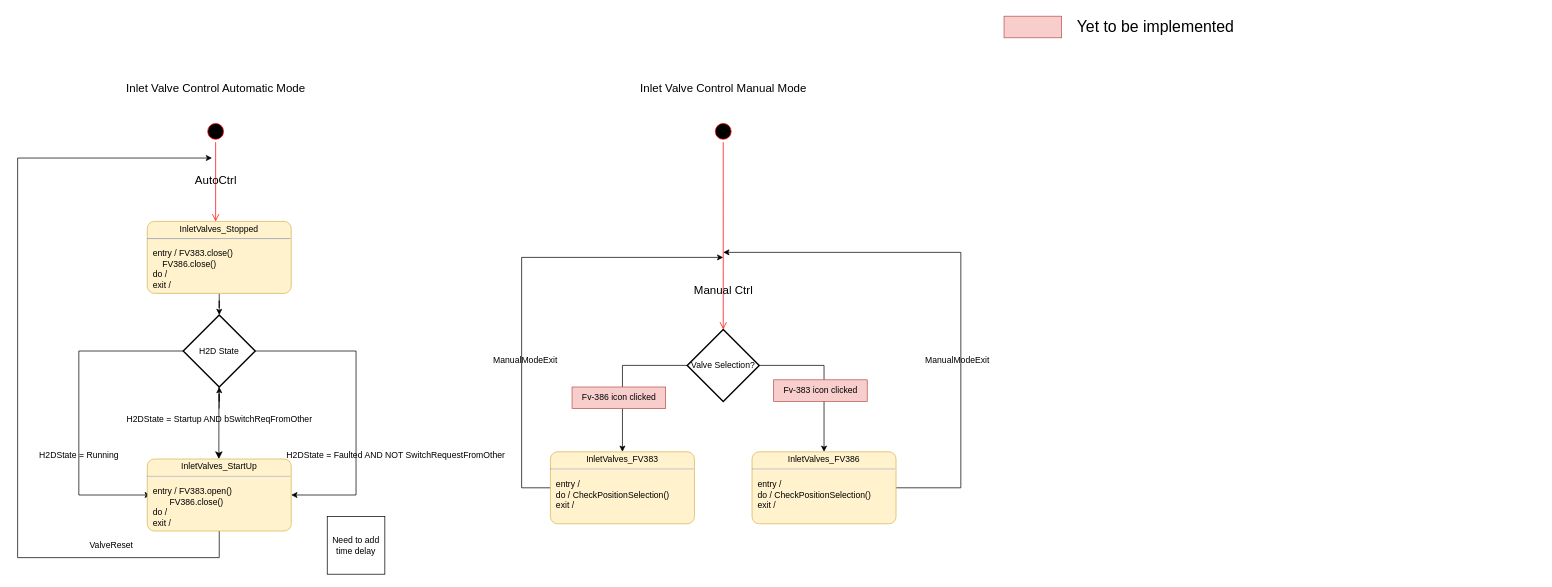
Before: page "InletAirSupplyController" (12 of 12) of H2D Modular.drawio in EdwardsKorea/CommonDrawIO, a draw.io diagram. Source tidied: cells renumbered, new cells numbered last; positions are measured from the earlier drawing's top-left corner, leaving out a move shared by most shapes. Both pictures are drawn from the tidied source at 72%, with x=0, y=0 at pixel (17, 12).
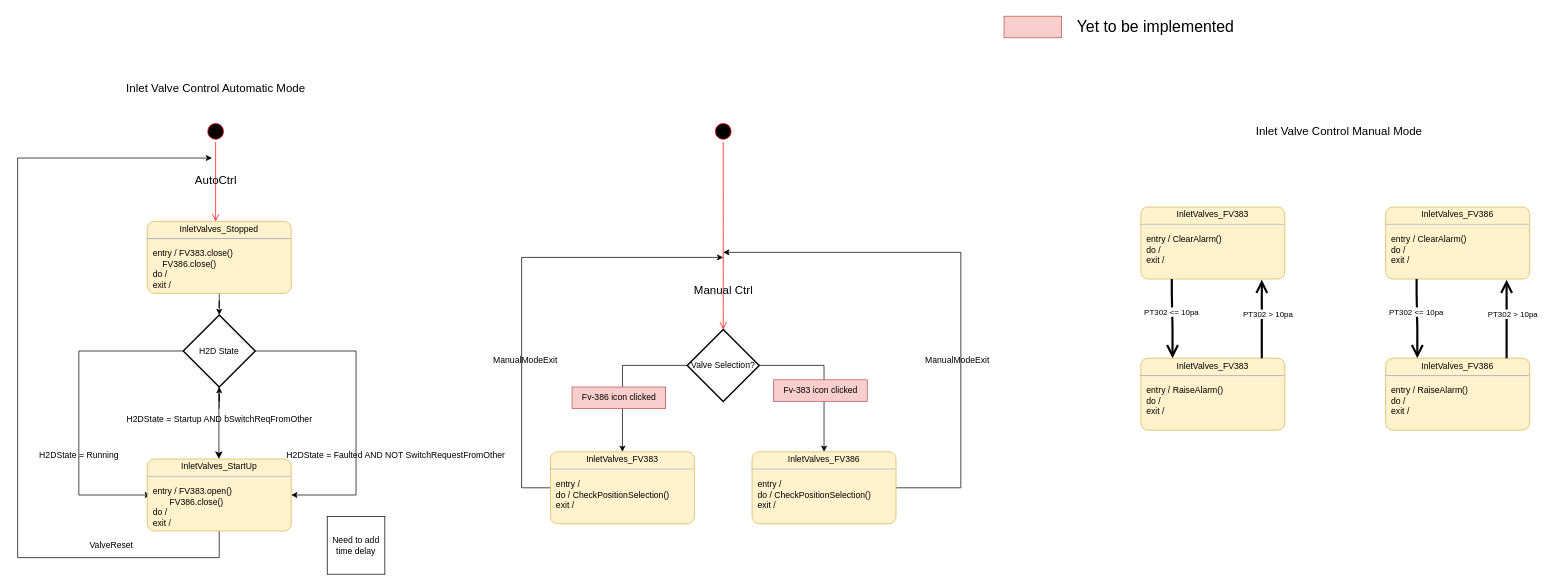
The same diagram, later.

What changed in the source:
```diff
@@
     <mxCell id="32" value="&lt;font style=&quot;font-size: 16px;&quot;&gt;Inlet Valve Control Manual Mode&lt;/font&gt;" style="text;html=1;align=center;verticalAlign=middle;strokeColor=none;fillColor=none;" parent="1" vertex="1">
-      <mxGeometry x="855" y="90" width="250" height="30" as="geometry" />
+      <mxGeometry x="1710" y="150" width="250" height="30" as="geometry" />
     </mxCell>
@@
+    <mxCell id="37" value="&lt;p style=&quot;margin:0px;margin-top:4px;text-align:center;&quot;&gt;InletValves_FV383&lt;/p&gt;&lt;hr&gt;&lt;p&gt;&lt;/p&gt;&lt;p style=&quot;margin:0px;margin-left:8px;text-align:left;&quot;&gt;entry / ClearAlarm()&lt;br&gt;do /&amp;nbsp;&lt;br&gt;exit /&amp;nbsp;&lt;/p&gt;" style="shape=mxgraph.sysml.simpleState;html=1;overflow=fill;whiteSpace=wrap;align=center;fillColor=#fff2cc;strokeColor=#d6b656;" parent="1" vertex="1">
+      <mxGeometry x="1560" y="270" width="200" height="100" as="geometry" />
+    </mxCell>
+    <mxCell id="38" value="PT302 &amp;lt;= 10pa&amp;nbsp;" style="edgeStyle=none;html=1;endArrow=open;endSize=12;strokeWidth=3;verticalAlign=bottom;rounded=0;entryX=0.2;entryY=0.1;entryDx=0;entryDy=0;entryPerimeter=0;" parent="1" edge="1">
+      <mxGeometry relative="1" as="geometry">
+        <mxPoint x="1603" y="370" as="sourcePoint" />
+        <mxPoint x="1604" y="480" as="targetPoint" />
+        <Array as="points">
+          <mxPoint x="1603" y="390" />
+          <mxPoint x="1604" y="440" />
+        </Array>
+      </mxGeometry>
+    </mxCell>
+    <mxCell id="39" value="&lt;p style=&quot;margin:0px;margin-top:4px;text-align:center;&quot;&gt;InletValves_FV383&lt;/p&gt;&lt;hr&gt;&lt;p&gt;&lt;/p&gt;&lt;p style=&quot;margin:0px;margin-left:8px;text-align:left;&quot;&gt;entry / RaiseAlarm()&lt;br&gt;do /&amp;nbsp;&lt;br&gt;exit /&amp;nbsp;&lt;/p&gt;" style="shape=mxgraph.sysml.simpleState;html=1;overflow=fill;whiteSpace=wrap;align=center;fillColor=#fff2cc;strokeColor=#d6b656;" parent="1" vertex="1">
+      <mxGeometry x="1560" y="480" width="200" height="100" as="geometry" />
+    </mxCell>
+    <mxCell id="40" value="PT302 &amp;gt; 10pa&amp;nbsp;" style="edgeStyle=none;html=1;endArrow=open;endSize=12;strokeWidth=3;verticalAlign=bottom;rounded=0;" parent="1" edge="1">
+      <mxGeometry x="0.17" y="-10" relative="1" as="geometry">
+        <mxPoint x="1728" y="451" as="sourcePoint" />
+        <mxPoint x="1728" y="371" as="targetPoint" />
+        <Array as="points">
+          <mxPoint x="1728" y="480" />
+        </Array>
+      </mxGeometry>
+    </mxCell>
+    <mxCell id="41" value="&lt;p style=&quot;margin:0px;margin-top:4px;text-align:center;&quot;&gt;InletValves_FV386&lt;br&gt;&lt;/p&gt;&lt;hr&gt;&lt;p&gt;&lt;/p&gt;&lt;p style=&quot;margin:0px;margin-left:8px;text-align:left;&quot;&gt;entry / ClearAlarm()&lt;br&gt;do /&amp;nbsp;&lt;br&gt;exit /&amp;nbsp;&lt;/p&gt;" style="shape=mxgraph.sysml.simpleState;html=1;overflow=fill;whiteSpace=wrap;align=center;fillColor=#fff2cc;strokeColor=#d6b656;" parent="1" vertex="1">
+      <mxGeometry x="1900" y="270" width="200" height="100" as="geometry" />
+    </mxCell>
+    <mxCell id="42" value="PT302 &amp;lt;= 10pa&amp;nbsp;" style="edgeStyle=none;html=1;endArrow=open;endSize=12;strokeWidth=3;verticalAlign=bottom;rounded=0;entryX=0.2;entryY=0.1;entryDx=0;entryDy=0;entryPerimeter=0;" parent="1" edge="1">
+      <mxGeometry relative="1" as="geometry">
+        <mxPoint x="1943" y="370" as="sourcePoint" />
+        <mxPoint x="1944" y="480" as="targetPoint" />
+        <Array as="points">
+          <mxPoint x="1943" y="390" />
+          <mxPoint x="1944" y="440" />
+        </Array>
+      </mxGeometry>
+    </mxCell>
+    <mxCell id="43" value="&lt;p style=&quot;margin:0px;margin-top:4px;text-align:center;&quot;&gt;InletValves_FV386&lt;br&gt;&lt;/p&gt;&lt;hr&gt;&lt;p&gt;&lt;/p&gt;&lt;p style=&quot;margin:0px;margin-left:8px;text-align:left;&quot;&gt;entry / RaiseAlarm()&lt;br&gt;do /&amp;nbsp;&lt;br&gt;exit /&amp;nbsp;&lt;/p&gt;" style="shape=mxgraph.sysml.simpleState;html=1;overflow=fill;whiteSpace=wrap;align=center;fillColor=#fff2cc;strokeColor=#d6b656;" parent="1" vertex="1">
+      <mxGeometry x="1900" y="480" width="200" height="100" as="geometry" />
+    </mxCell>
+    <mxCell id="44" value="PT302 &amp;gt; 10pa&amp;nbsp;" style="edgeStyle=none;html=1;endArrow=open;endSize=12;strokeWidth=3;verticalAlign=bottom;rounded=0;" parent="1" edge="1">
+      <mxGeometry x="0.17" y="-10" relative="1" as="geometry">
+        <mxPoint x="2068" y="451" as="sourcePoint" />
+        <mxPoint x="2068" y="371" as="targetPoint" />
+        <Array as="points">
+          <mxPoint x="2068" y="480" />
+        </Array>
+      </mxGeometry>
+    </mxCell>
```
